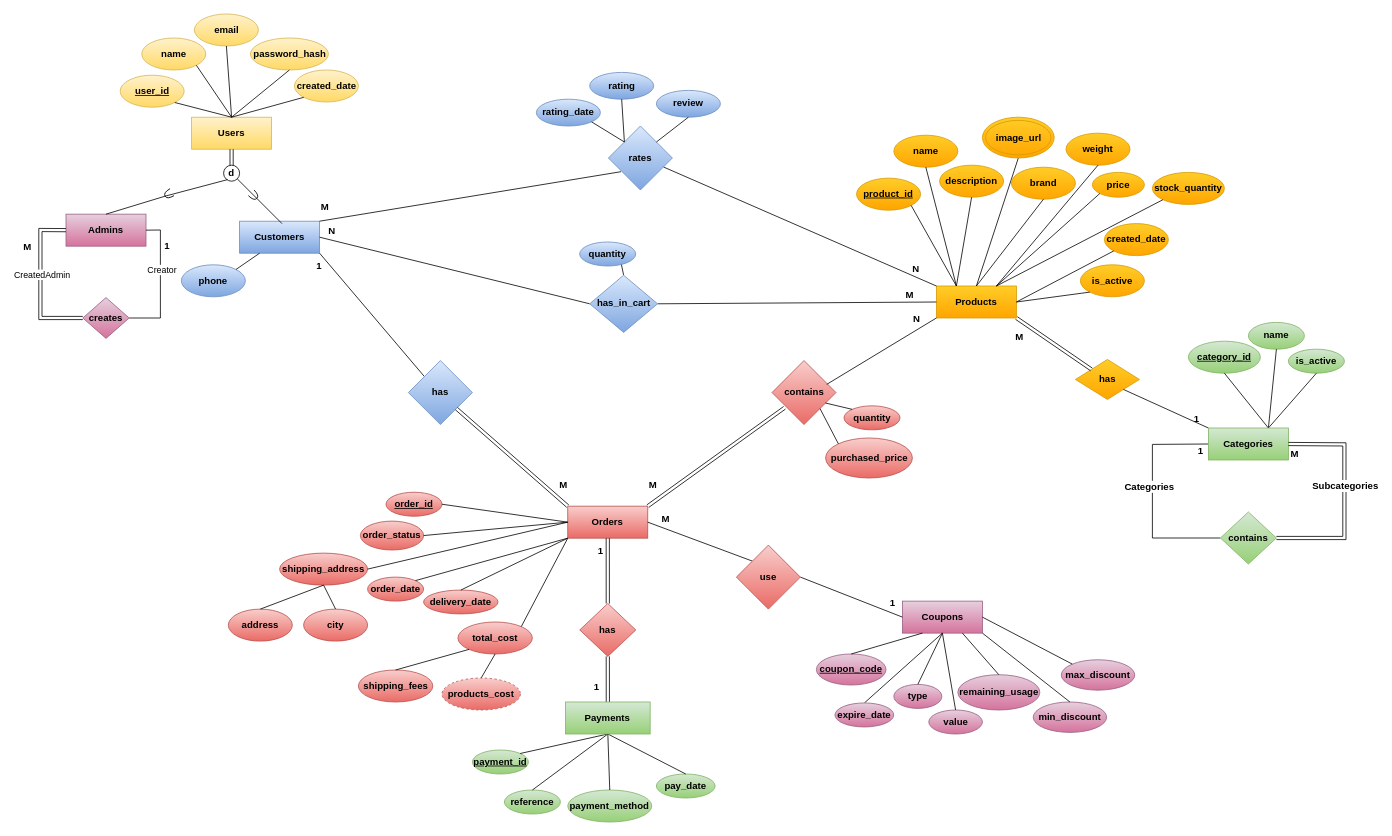
Earlier version of the draw.io diagram Online Store EERD.drawio (KerollosRady/Online-Store-Database). Source tidied: cells renumbered, new cells numbered last; positions are measured from the earlier drawing's top-left corner, leaving out a move shared by most shapes. Both pictures are drawn from the tidied source at 80%, with x=0, y=0 at pixel (40, 14).
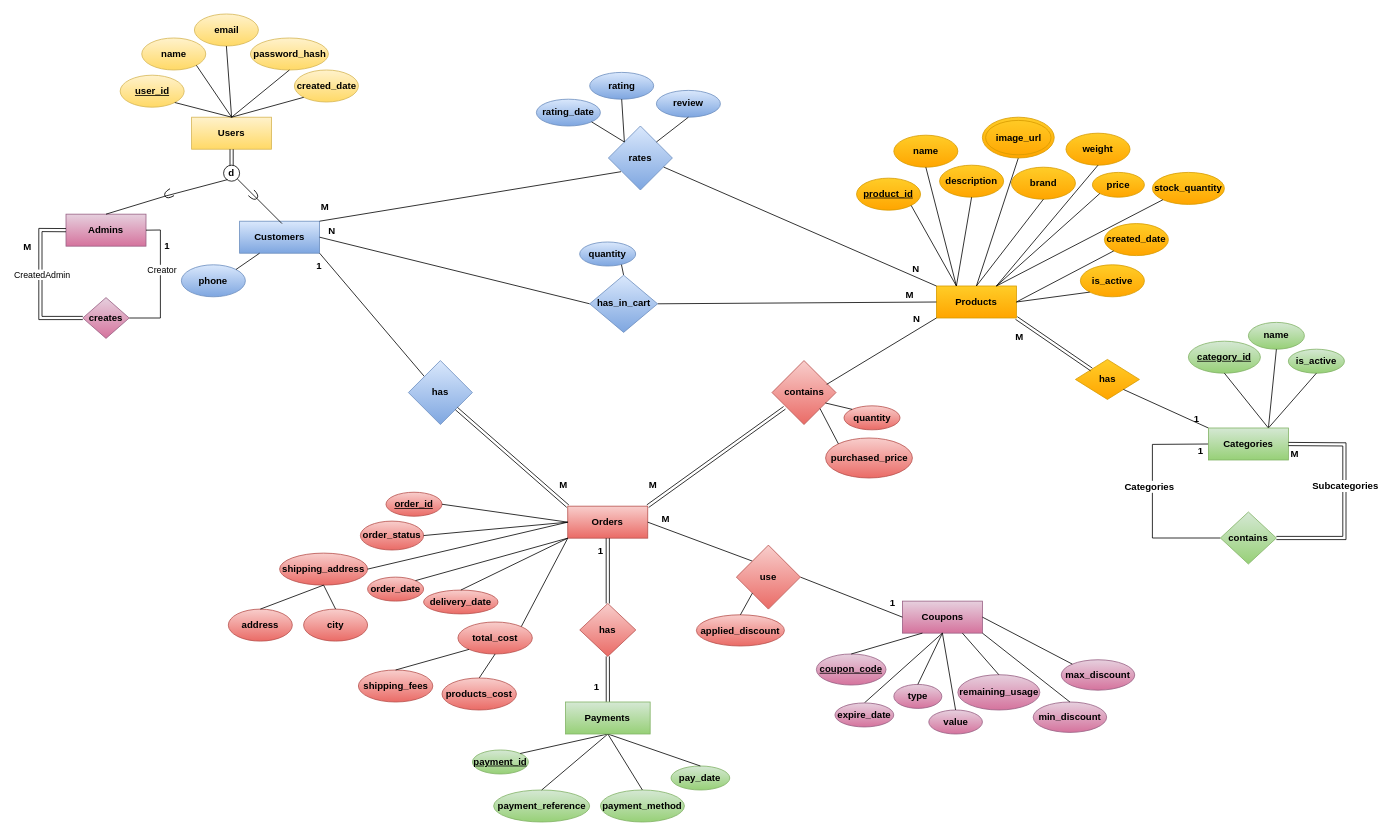
The same page after the edit.

Commit message (it also covers changes not shown here):
Modify the Orders and Coupons Relationship & add applied_discount attribute

The change refers to these unchanged cells:
```xml
<mxCell id="151" value="use" style="rhombus;whiteSpace=wrap;html=1;fontStyle=1;fillColor=#f8cecc;gradientColor=#ea6b66;strokeColor=#b85450;" parent="1" vertex="1">
  <mxGeometry x="870" y="663.9" width="80" height="80" as="geometry" />
</mxCell>
```

The edit, as a diff of the source:
```diff
@@
     <mxCell id="47" value="payment_method" style="ellipse;whiteSpace=wrap;html=1;fontStyle=1;fillColor=#d5e8d4;gradientColor=#97d077;strokeColor=#82b366;" parent="1" vertex="1">
-      <mxGeometry x="659.2" y="970" width="105" height="40" as="geometry" />
+      <mxGeometry x="700" y="970" width="105" height="40" as="geometry" />
     </mxCell>
@@
-    <mxCell id="49" value="reference" style="ellipse;whiteSpace=wrap;html=1;fontStyle=1;fillColor=#d5e8d4;gradientColor=#97d077;strokeColor=#82b366;" parent="1" vertex="1">
-      <mxGeometry x="580" y="970" width="70" height="30" as="geometry" />
+    <mxCell id="49" value="payment_reference" style="ellipse;whiteSpace=wrap;html=1;fontStyle=1;fillColor=#d5e8d4;gradientColor=#97d077;strokeColor=#82b366;" parent="1" vertex="1">
+      <mxGeometry x="566.6" y="970" width="120" height="40" as="geometry" />
     </mxCell>
@@
     <mxCell id="73" value="pay_date" style="ellipse;whiteSpace=wrap;html=1;fontStyle=1;fillColor=#d5e8d4;gradientColor=#97d077;strokeColor=#82b366;" parent="1" vertex="1">
-      <mxGeometry x="770" y="950" width="73.4" height="30" as="geometry" />
+      <mxGeometry x="788.3" y="940" width="73.4" height="30" as="geometry" />
     </mxCell>
@@
-    <mxCell id="146" value="products_cost" style="ellipse;whiteSpace=wrap;html=1;align=center;dashed=1;fontStyle=1;fillColor=#f8cecc;gradientColor=#ea6b66;strokeColor=#b85450;" parent="1" vertex="1">
-      <mxGeometry x="502" y="830" width="98" height="40" as="geometry" />
-    </mxCell>
@@
+    <mxCell id="162" value="applied_discount" style="ellipse;whiteSpace=wrap;html=1;fontStyle=1;fillColor=#f8cecc;gradientColor=#ea6b66;strokeColor=#b85450;" parent="1" vertex="1">
+      <mxGeometry x="820" y="751" width="110" height="39" as="geometry" />
+    </mxCell>
+    <mxCell id="163" style="endArrow=none;html=1;rounded=0;fontStyle=1;entryX=0.5;entryY=0;entryDx=0;entryDy=0;exitX=0;exitY=1;exitDx=0;exitDy=0;" parent="1" edge="1" source="151" target="162">
+      <mxGeometry relative="1" as="geometry" />
+    </mxCell>
+    <mxCell id="146" value="products_cost" style="ellipse;whiteSpace=wrap;html=1;fontStyle=1;fillColor=#f8cecc;gradientColor=#ea6b66;strokeColor=#b85450;" parent="1" vertex="1">
+      <mxGeometry x="502" y="830" width="93" height="40" as="geometry" />
+    </mxCell>
```
